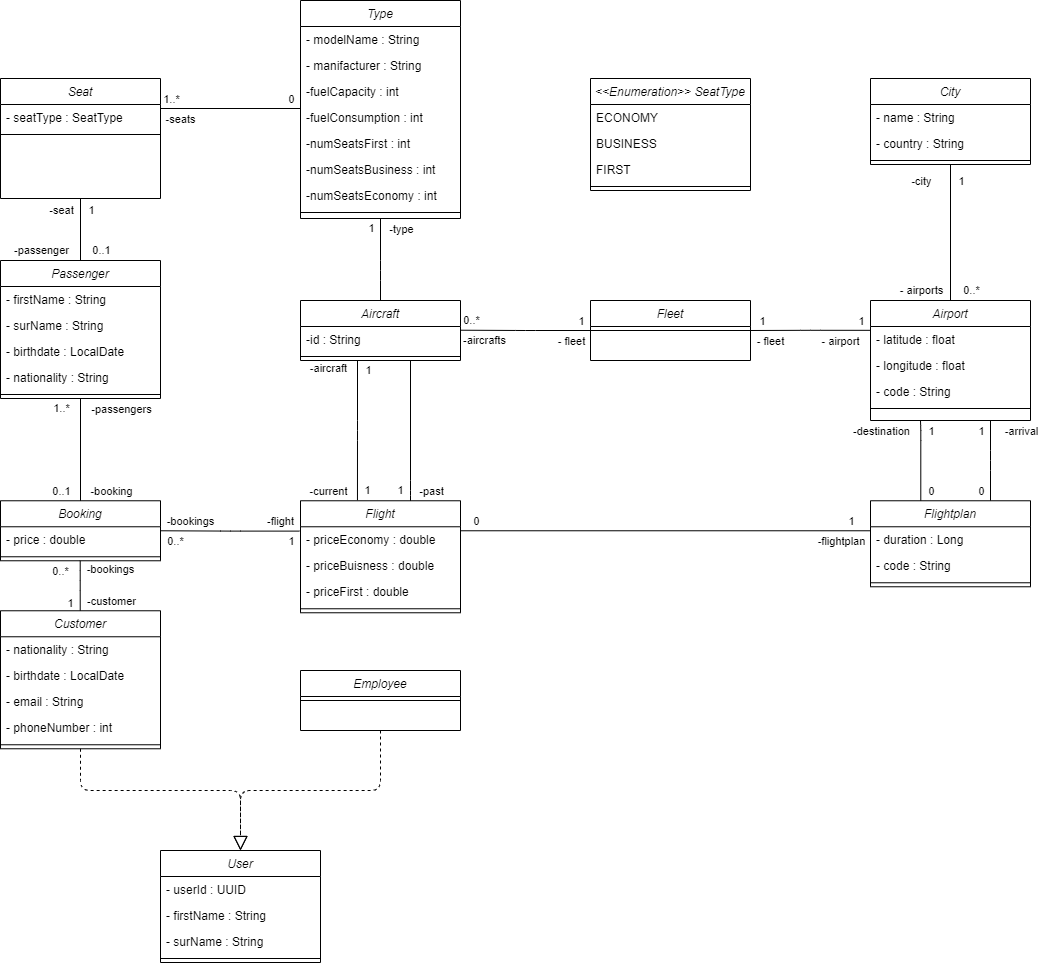
The draw.io diagram diagram/Aviation domain diagram.png in software-strijders/Aviation, before a commit. Source tidied: cells renumbered, new cells last; positions are measured from the earlier drawing's top-left corner, leaving out a move shared by most shapes.
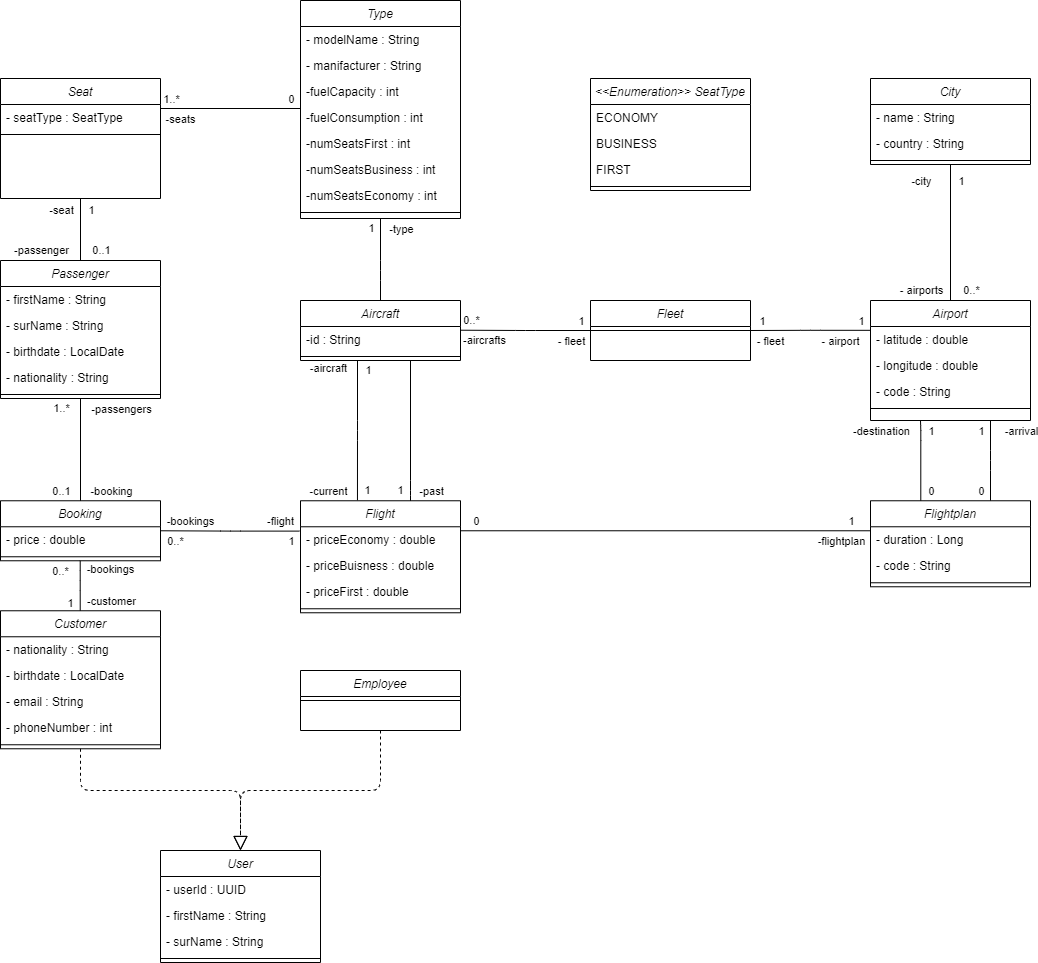
After the change.

Commit message:
Changed datatypes domain diagram

The edit, as a diff of the source:
```diff
@@ -372,10 +372,10 @@
     <mxCell id="79" value="Airport" style="swimlane;fontStyle=2;align=center;verticalAlign=top;horizontal=1;startSize=26;rounded=0;shadow=0;strokeWidth=1;" parent="1" vertex="1">
       <mxGeometry x="870" y="300" width="160" height="120" as="geometry" />
     </mxCell>
-    <mxCell id="80" value="- latitude : float" style="text;strokeColor=none;fillColor=none;align=left;verticalAlign=top;spacingLeft=4;spacingRight=4;overflow=hidden;points=[[0,0.5],[1,0.5]];portConstraint=eastwest;" parent="79" vertex="1">
+    <mxCell id="80" value="- latitude : double" style="text;strokeColor=none;fillColor=none;align=left;verticalAlign=top;spacingLeft=4;spacingRight=4;overflow=hidden;points=[[0,0.5],[1,0.5]];portConstraint=eastwest;" parent="79" vertex="1">
       <mxGeometry y="26" width="160" height="26" as="geometry" />
     </mxCell>
-    <mxCell id="81" value="- longitude : float" style="text;strokeColor=none;fillColor=none;align=left;verticalAlign=top;spacingLeft=4;spacingRight=4;overflow=hidden;" parent="79" vertex="1">
+    <mxCell id="81" value="- longitude : double" style="text;strokeColor=none;fillColor=none;align=left;verticalAlign=top;spacingLeft=4;spacingRight=4;overflow=hidden;" parent="79" vertex="1">
       <mxGeometry y="52" width="160" height="26" as="geometry" />
     </mxCell>
     <mxCell id="82" value="- code : String" style="text;strokeColor=none;fillColor=none;align=left;verticalAlign=top;spacingLeft=4;spacingRight=4;overflow=hidden;" parent="79" vertex="1">
```
